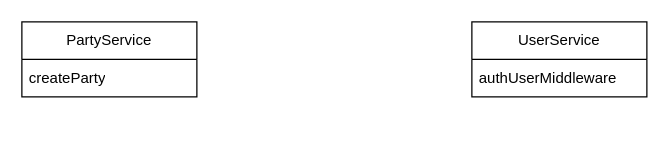
The draw.io diagram docs/services.drawio in oleglust/programming, before the edit. Source tidied: cells renumbered, new cells numbered last; positions are measured from the earlier drawing's top-left corner, leaving out a move shared by most shapes. Both pictures are drawn from the tidied source at 125%, with x=0, y=0 at pixel (21, 21).
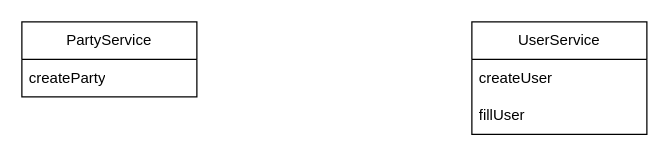
Above is the later version.

The edit, as a diff of the source:
```diff
@@
 <mxGraphModel>
   <root>
     <mxCell id="0" />
     <mxCell id="1" parent="0" />
     <mxCell id="2" value="PartyService" style="swimlane;fontStyle=0;horizontal=1;startSize=30;whiteSpace=wrap;html=1;" parent="1" vertex="1">
       <mxGeometry width="140" height="60" as="geometry" />
     </mxCell>
     <mxCell id="3" value="createParty" style="text;strokeColor=none;fillColor=none;align=left;verticalAlign=middle;spacingLeft=4;spacingRight=4;overflow=hidden;whiteSpace=wrap;html=1;" parent="2" vertex="1">
       <mxGeometry y="30" width="140" height="30" as="geometry" />
     </mxCell>
     <mxCell id="4" value="UserService" style="swimlane;fontStyle=0;horizontal=1;startSize=30;whiteSpace=wrap;html=1;" parent="1" vertex="1">
-      <mxGeometry x="360" width="140" height="60" as="geometry" />
+      <mxGeometry x="360" width="140" height="90" as="geometry" />
     </mxCell>
-    <mxCell id="5" value="authUserMiddleware" style="text;strokeColor=none;fillColor=none;align=left;verticalAlign=middle;spacingLeft=4;spacingRight=4;overflow=hidden;whiteSpace=wrap;html=1;" parent="4" vertex="1">
+    <mxCell id="5" value="createUser" style="text;strokeColor=none;fillColor=none;align=left;verticalAlign=middle;spacingLeft=4;spacingRight=4;overflow=hidden;whiteSpace=wrap;html=1;" parent="4" vertex="1">
       <mxGeometry y="30" width="140" height="30" as="geometry" />
     </mxCell>
+    <mxCell id="6" value="fillUser" style="text;strokeColor=none;fillColor=none;align=left;verticalAlign=middle;spacingLeft=4;spacingRight=4;overflow=hidden;whiteSpace=wrap;html=1;" parent="4" vertex="1">
+      <mxGeometry y="60" width="140" height="30" as="geometry" />
+    </mxCell>
   </root>
 </mxGraphModel>
```
